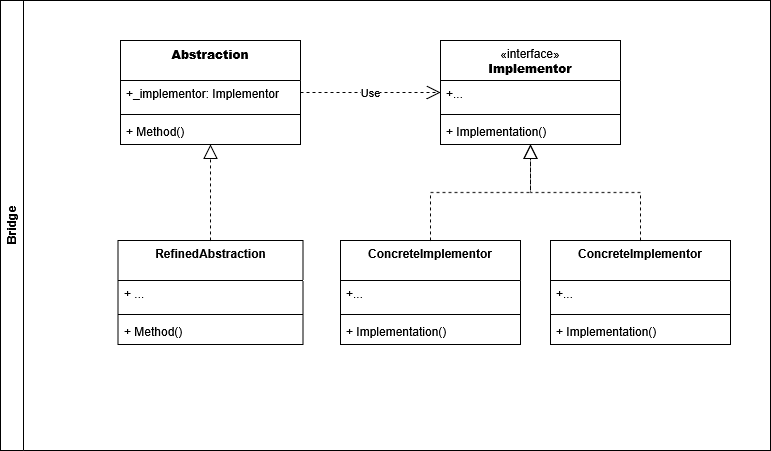
Earlier version of the draw.io export structurals/resources/bridge_components.drawio.png (devgalop/design-patterns-csharp). Source tidied: cells renumbered, new cells last; positions are measured from the earlier drawing's top-left corner, leaving out a move shared by most shapes.
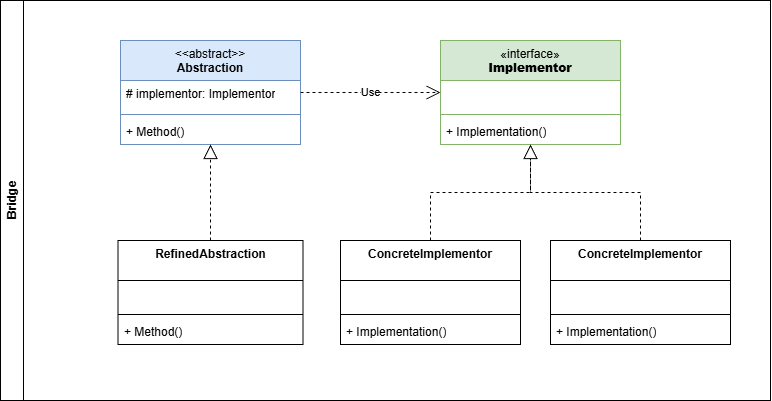
Later version of the same file.

The edit, as a diff of the source:
```diff
@@ -1,14 +1,14 @@
-<mxGraphModel>
+<mxGraphModel background="#ffffff">
   <root>
     <mxCell id="0" />
     <mxCell id="1" parent="0" />
     <mxCell id="2" value="Bridge" style="swimlane;horizontal=0;whiteSpace=wrap;html=1;" parent="1" vertex="1">
-      <mxGeometry width="770" height="450" as="geometry" />
+      <mxGeometry width="770" height="400" as="geometry" />
     </mxCell>
-    <mxCell id="3" value="&lt;b&gt;Abstraction&lt;/b&gt;" style="swimlane;fontStyle=1;align=center;verticalAlign=top;horizontal=1;startSize=40;whiteSpace=wrap;html=1;" parent="2" vertex="1">
+    <mxCell id="3" value="&lt;span style=&quot;font-weight: normal;&quot;&gt;&amp;lt;&amp;lt;abstract&amp;gt;&amp;gt;&lt;/span&gt;&lt;br&gt;Abstraction" style="swimlane;fontStyle=1;align=center;verticalAlign=top;horizontal=1;startSize=40;whiteSpace=wrap;html=1;fillColor=#dae8fc;strokeColor=#6c8ebf;" parent="2" vertex="1">
       <mxGeometry x="120" y="40" width="180" height="104" as="geometry" />
     </mxCell>
-    <mxCell id="4" value="+_implementor: Implementor" style="text;strokeColor=none;fillColor=none;align=left;verticalAlign=top;spacingLeft=4;spacingRight=4;overflow=hidden;whiteSpace=wrap;html=1;" parent="3" vertex="1">
+    <mxCell id="4" value="# implementor: Implementor" style="text;strokeColor=none;fillColor=none;align=left;verticalAlign=top;spacingLeft=4;spacingRight=4;overflow=hidden;whiteSpace=wrap;html=1;" parent="3" vertex="1">
       <mxGeometry y="40" width="180" height="30" as="geometry" />
     </mxCell>
     <mxCell id="5" style="line;strokeWidth=1;fillColor=none;align=left;verticalAlign=middle;spacingTop=-1;spacingLeft=3;spacingRight=3;labelPosition=right;strokeColor=inherit;" parent="3" vertex="1">
@@ -20,7 +20,7 @@
     <mxCell id="7" value="RefinedAbstraction" style="swimlane;fontStyle=1;align=center;verticalAlign=top;horizontal=1;startSize=40;whiteSpace=wrap;html=1;" parent="2" vertex="1">
       <mxGeometry x="117.5" y="240" width="185" height="104" as="geometry" />
     </mxCell>
-    <mxCell id="8" value="+ ..." style="text;strokeColor=none;fillColor=none;align=left;verticalAlign=top;spacingLeft=4;spacingRight=4;overflow=hidden;whiteSpace=wrap;html=1;" parent="7" vertex="1">
+    <mxCell id="8" value="&amp;nbsp;" style="text;strokeColor=none;fillColor=none;align=left;verticalAlign=top;spacingLeft=4;spacingRight=4;overflow=hidden;whiteSpace=wrap;html=1;" parent="7" vertex="1">
       <mxGeometry y="40" width="185" height="30" as="geometry" />
     </mxCell>
     <mxCell id="9" style="line;strokeWidth=1;fillColor=none;align=left;verticalAlign=middle;spacingTop=-1;spacingLeft=3;spacingRight=3;labelPosition=right;strokeColor=inherit;" parent="7" vertex="1">
@@ -32,7 +32,7 @@
     <mxCell id="11" value="ConcreteImplementor" style="swimlane;fontStyle=1;align=center;verticalAlign=top;horizontal=1;startSize=40;whiteSpace=wrap;html=1;" parent="2" vertex="1">
       <mxGeometry x="340" y="240" width="180" height="104" as="geometry" />
     </mxCell>
-    <mxCell id="12" value="+..." style="text;strokeColor=none;fillColor=none;align=left;verticalAlign=top;spacingLeft=4;spacingRight=4;overflow=hidden;whiteSpace=wrap;html=1;" parent="11" vertex="1">
+    <mxCell id="12" value="&amp;nbsp;" style="text;strokeColor=none;fillColor=none;align=left;verticalAlign=top;spacingLeft=4;spacingRight=4;overflow=hidden;whiteSpace=wrap;html=1;" parent="11" vertex="1">
       <mxGeometry y="40" width="180" height="30" as="geometry" />
     </mxCell>
     <mxCell id="13" style="line;strokeWidth=1;fillColor=none;align=left;verticalAlign=middle;spacingTop=-1;spacingLeft=3;spacingRight=3;labelPosition=right;strokeColor=inherit;" parent="11" vertex="1">
@@ -44,10 +44,10 @@
     <mxCell id="15" style="endArrow=block;dashed=1;endFill=0;endSize=12;html=1;rounded=0;" parent="2" edge="1" source="7" target="3">
       <mxGeometry relative="1" as="geometry" />
     </mxCell>
-    <mxCell id="16" value="&lt;span style=&quot;font-weight: normal;&quot;&gt;«interface»&lt;/span&gt;&lt;br&gt;&lt;b&gt;Implementor&lt;/b&gt;" style="swimlane;fontStyle=1;align=center;verticalAlign=top;horizontal=1;startSize=40;whiteSpace=wrap;html=1;" parent="2" vertex="1">
+    <mxCell id="16" value="&lt;span style=&quot;font-weight: normal;&quot;&gt;«interface»&lt;/span&gt;&lt;br&gt;&lt;b&gt;Implementor&lt;/b&gt;" style="swimlane;fontStyle=1;align=center;verticalAlign=top;horizontal=1;startSize=40;whiteSpace=wrap;html=1;fillColor=#d5e8d4;strokeColor=#82b366;" parent="2" vertex="1">
       <mxGeometry x="440" y="40" width="180" height="104" as="geometry" />
     </mxCell>
-    <mxCell id="17" value="+..." style="text;strokeColor=none;fillColor=none;align=left;verticalAlign=top;spacingLeft=4;spacingRight=4;overflow=hidden;whiteSpace=wrap;html=1;" parent="16" vertex="1">
+    <mxCell id="17" value="&amp;nbsp;" style="text;strokeColor=none;fillColor=none;align=left;verticalAlign=top;spacingLeft=4;spacingRight=4;overflow=hidden;whiteSpace=wrap;html=1;" parent="16" vertex="1">
       <mxGeometry y="40" width="180" height="30" as="geometry" />
     </mxCell>
     <mxCell id="18" style="line;strokeWidth=1;fillColor=none;align=left;verticalAlign=middle;spacingTop=-1;spacingLeft=3;spacingRight=3;labelPosition=right;strokeColor=inherit;" parent="16" vertex="1">
@@ -65,7 +65,7 @@
     <mxCell id="22" value="ConcreteImplementor" style="swimlane;fontStyle=1;align=center;verticalAlign=top;horizontal=1;startSize=40;whiteSpace=wrap;html=1;" parent="2" vertex="1">
       <mxGeometry x="550" y="240" width="180" height="104" as="geometry" />
     </mxCell>
-    <mxCell id="23" value="+..." style="text;strokeColor=none;fillColor=none;align=left;verticalAlign=top;spacingLeft=4;spacingRight=4;overflow=hidden;whiteSpace=wrap;html=1;" parent="22" vertex="1">
+    <mxCell id="23" value="&amp;nbsp;" style="text;strokeColor=none;fillColor=none;align=left;verticalAlign=top;spacingLeft=4;spacingRight=4;overflow=hidden;whiteSpace=wrap;html=1;" parent="22" vertex="1">
       <mxGeometry y="40" width="180" height="30" as="geometry" />
     </mxCell>
     <mxCell id="24" style="line;strokeWidth=1;fillColor=none;align=left;verticalAlign=middle;spacingTop=-1;spacingLeft=3;spacingRight=3;labelPosition=right;strokeColor=inherit;" parent="22" vertex="1">
```
